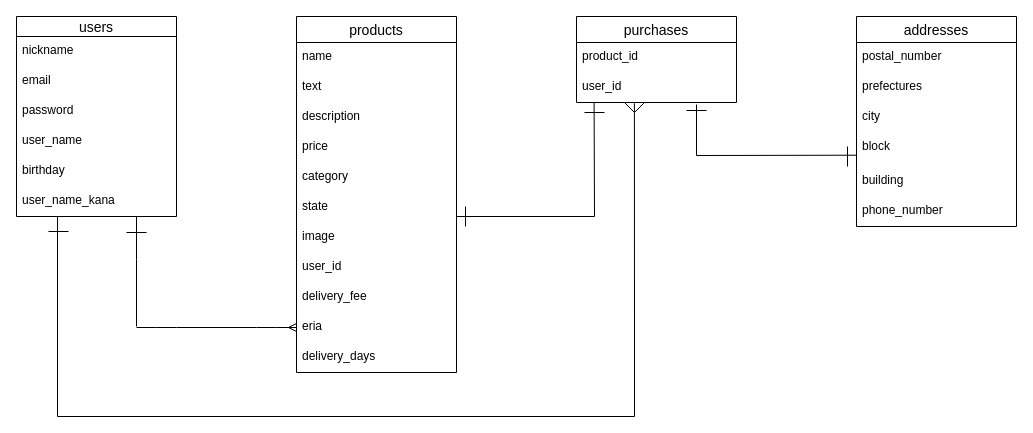
Earlier version of the draw.io diagram furima.dio (manyomanyo/furima-35158). Source tidied: cells renumbered, new cells numbered last; positions are measured from the earlier drawing's top-left corner, leaving out a move shared by most shapes. Both pictures are drawn from the tidied source at 100%, with x=0, y=0 at pixel (16, 16).
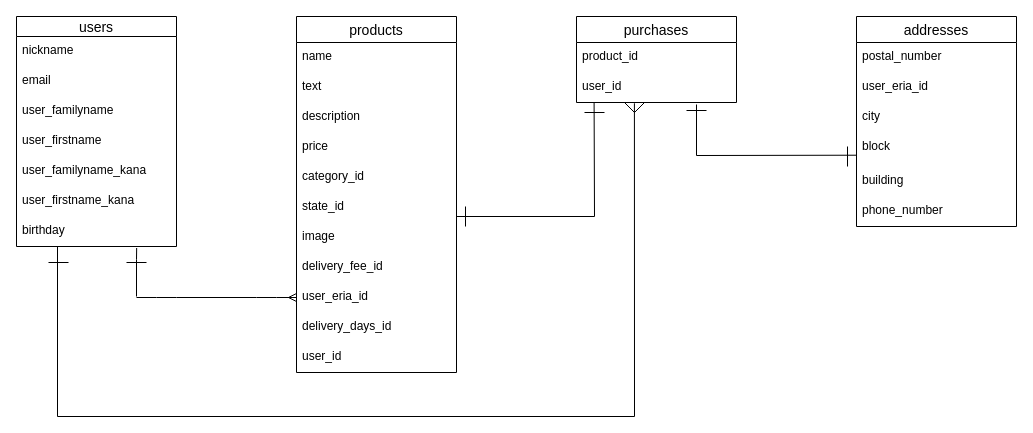
Above is the later version.

Commit message (it also covers changes not shown here):
コードレビュー修正1

The change refers to these unchanged cells:
```xml
<mxCell id="9" value="products" style="swimlane;fontStyle=0;horizontal=1;startSize=26;align=center;fontSize=14;" parent="1" vertex="1">
  <mxGeometry x="280" width="160" height="356" as="geometry" />
</mxCell>
<mxCell id="23" value="user_id" style="text;strokeColor=none;fillColor=none;spacingLeft=4;spacingRight=4;overflow=hidden;points=[[0,0.5],[1,0.5]];portConstraint=eastwest;fontSize=12;" parent="21" vertex="1">
  <mxGeometry y="56" width="160" height="30" as="geometry" />
</mxCell>
<mxCell id="24" value="addresses" style="swimlane;fontStyle=0;horizontal=1;startSize=26;align=center;fontSize=14;" parent="1" vertex="1">
  <mxGeometry x="840" width="160" height="210" as="geometry" />
</mxCell>
```

Diff of the diagram source:
```diff
@@
     <mxCell id="2" value="users" style="swimlane;fontStyle=0;horizontal=1;startSize=20;align=center;fontSize=14;" parent="1" vertex="1">
-      <mxGeometry width="160" height="200" as="geometry" />
+      <mxGeometry width="160" height="230" as="geometry" />
     </mxCell>
@@
-    <mxCell id="5" value="password" style="text;strokeColor=none;fillColor=none;spacingLeft=4;spacingRight=4;overflow=hidden;fontSize=12;" parent="2" vertex="1">
-      <mxGeometry y="80" width="160" height="30" as="geometry" />
-    </mxCell>
-    <mxCell id="6" value="user_name" style="text;strokeColor=none;fillColor=none;spacingLeft=4;spacingRight=4;overflow=hidden;fontSize=12;" parent="2" vertex="1">
-      <mxGeometry y="110" width="160" height="30" as="geometry" />
+    <mxCell id="6" value="user_familyname" style="text;strokeColor=none;fillColor=none;spacingLeft=4;spacingRight=4;overflow=hidden;fontSize=12;" parent="2" vertex="1">
+      <mxGeometry y="80" width="160" height="30" as="geometry" />
     </mxCell>
+    <mxCell id="44" value="user_firstname" style="text;strokeColor=none;fillColor=none;spacingLeft=4;spacingRight=4;overflow=hidden;fontSize=12;" parent="2" vertex="1">
+      <mxGeometry y="110" width="160" height="30" as="geometry" />
+    </mxCell>
+    <mxCell id="8" value="user_familyname_kana" style="text;strokeColor=none;fillColor=none;spacingLeft=4;spacingRight=4;overflow=hidden;fontSize=12;" parent="2" vertex="1">
+      <mxGeometry y="140" width="160" height="30" as="geometry" />
+    </mxCell>
+    <mxCell id="45" value="user_firstname_kana" style="text;strokeColor=none;fillColor=none;spacingLeft=4;spacingRight=4;overflow=hidden;fontSize=12;" parent="2" vertex="1">
+      <mxGeometry y="170" width="160" height="30" as="geometry" />
+    </mxCell>
     <mxCell id="7" value="birthday" style="text;strokeColor=none;fillColor=none;spacingLeft=4;spacingRight=4;overflow=hidden;points=[[0,0.5],[1,0.5]];portConstraint=eastwest;fontSize=12;" parent="2" vertex="1">
-      <mxGeometry y="140" width="160" height="30" as="geometry" />
+      <mxGeometry y="200" width="160" height="30" as="geometry" />
     </mxCell>
-    <mxCell id="8" value="user_name_kana" style="text;strokeColor=none;fillColor=none;spacingLeft=4;spacingRight=4;overflow=hidden;fontSize=12;" parent="2" vertex="1">
-      <mxGeometry y="170" width="160" height="30" as="geometry" />
-    </mxCell>
@@
-    <mxCell id="14" value="category" style="text;strokeColor=none;fillColor=none;spacingLeft=4;spacingRight=4;overflow=hidden;fontSize=12;" parent="9" vertex="1">
+    <mxCell id="14" value="category_id" style="text;strokeColor=none;fillColor=none;spacingLeft=4;spacingRight=4;overflow=hidden;fontSize=12;" parent="9" vertex="1">
       <mxGeometry y="146" width="160" height="30" as="geometry" />
     </mxCell>
-    <mxCell id="15" value="state" style="text;strokeColor=none;fillColor=none;spacingLeft=4;spacingRight=4;overflow=hidden;fontSize=12;" parent="9" vertex="1">
+    <mxCell id="15" value="state_id" style="text;strokeColor=none;fillColor=none;spacingLeft=4;spacingRight=4;overflow=hidden;fontSize=12;" parent="9" vertex="1">
       <mxGeometry y="176" width="160" height="30" as="geometry" />
     </mxCell>
@@
-    <mxCell id="17" value="user_id" style="text;strokeColor=none;fillColor=none;spacingLeft=4;spacingRight=4;overflow=hidden;fontSize=12;" parent="9" vertex="1">
-      <mxGeometry y="236" width="160" height="30" as="geometry" />
-    </mxCell>
-    <mxCell id="18" value="delivery_fee" style="text;strokeColor=none;fillColor=none;spacingLeft=4;spacingRight=4;overflow=hidden;fontSize=12;" parent="9" vertex="1">
-      <mxGeometry y="266" width="160" height="30" as="geometry" />
+    <mxCell id="18" value="delivery_fee_id" style="text;strokeColor=none;fillColor=none;spacingLeft=4;spacingRight=4;overflow=hidden;fontSize=12;" parent="9" vertex="1">
+      <mxGeometry y="236" width="160" height="30" as="geometry" />
     </mxCell>
-    <mxCell id="19" value="eria" style="text;strokeColor=none;fillColor=none;spacingLeft=4;spacingRight=4;overflow=hidden;points=[[0,0.5],[1,0.5]];portConstraint=eastwest;fontSize=12;" parent="9" vertex="1">
-      <mxGeometry y="296" width="160" height="30" as="geometry" />
+    <mxCell id="19" value="user_eria_id" style="text;strokeColor=none;fillColor=none;spacingLeft=4;spacingRight=4;overflow=hidden;points=[[0,0.5],[1,0.5]];portConstraint=eastwest;fontSize=12;" parent="9" vertex="1">
+      <mxGeometry y="266" width="160" height="30" as="geometry" />
     </mxCell>
-    <mxCell id="20" value="delivery_days" style="text;strokeColor=none;fillColor=none;spacingLeft=4;spacingRight=4;overflow=hidden;fontSize=12;" parent="9" vertex="1">
-      <mxGeometry y="326" width="160" height="30" as="geometry" />
+    <mxCell id="20" value="delivery_days_id" style="text;strokeColor=none;fillColor=none;spacingLeft=4;spacingRight=4;overflow=hidden;fontSize=12;" parent="9" vertex="1">
+      <mxGeometry y="296" width="160" height="30" as="geometry" />
     </mxCell>
+    <mxCell id="17" value="user_id" style="text;strokeColor=none;fillColor=none;spacingLeft=4;spacingRight=4;overflow=hidden;fontSize=12;" parent="9" vertex="1">
+      <mxGeometry y="326" width="160" height="30" as="geometry" />
+    </mxCell>
@@
-    <mxCell id="26" value="prefectures" style="text;strokeColor=none;fillColor=none;spacingLeft=4;spacingRight=4;overflow=hidden;fontSize=12;" parent="24" vertex="1">
+    <mxCell id="26" value="user_eria_id" style="text;strokeColor=none;fillColor=none;spacingLeft=4;spacingRight=4;overflow=hidden;fontSize=12;" parent="24" vertex="1">
       <mxGeometry y="56" width="160" height="30" as="geometry" />
     </mxCell>
@@
     <mxCell id="31" style="edgeStyle=entityRelationEdgeStyle;fontSize=12;html=1;endArrow=ERmany;entryX=0;entryY=0.5;entryDx=0;entryDy=0;" parent="1" edge="1" target="19">
       <mxGeometry relative="1" as="geometry">
-        <mxPoint x="120" y="311" as="sourcePoint" />
+        <mxPoint x="120" y="281" as="sourcePoint" />
       </mxGeometry>
     </mxCell>
-    <mxCell id="32" style="endArrow=none;html=1;rounded=0;" parent="1" edge="1">
+    <mxCell id="32" style="endArrow=none;html=1;rounded=0;exitX=0.751;exitY=1.05;exitDx=0;exitDy=0;exitPerimeter=0;" parent="1" edge="1" source="7">
       <mxGeometry relative="1" as="geometry">
-        <mxPoint x="120" y="200" as="sourcePoint" />
-        <mxPoint x="120" y="310" as="targetPoint" />
+        <mxPoint x="120" y="280" as="targetPoint" />
         <Array as="points">
           <mxPoint x="120" y="243" />
         </Array>
       </mxGeometry>
     </mxCell>
     <mxCell id="33" style="endArrow=none;html=1;rounded=0;" parent="1" edge="1">
       <mxGeometry relative="1" as="geometry">
-        <mxPoint x="110" y="216" as="sourcePoint" />
-        <mxPoint x="130" y="216" as="targetPoint" />
+        <mxPoint x="110" y="246" as="sourcePoint" />
+        <mxPoint x="130" y="246" as="targetPoint" />
       </mxGeometry>
     </mxCell>
@@
     <mxCell id="40" style="endArrow=none;html=1;rounded=0;entryX=0.362;entryY=1.026;entryDx=0;entryDy=0;entryPerimeter=0;" parent="1" edge="1" target="23">
       <mxGeometry relative="1" as="geometry">
-        <mxPoint x="41" y="200" as="sourcePoint" />
+        <mxPoint x="41" y="230" as="sourcePoint" />
         <Array as="points">
           <mxPoint x="41" y="400" />
           <mxPoint x="618" y="400" />
         </Array>
       </mxGeometry>
     </mxCell>
     <mxCell id="41" style="endArrow=none;html=1;rounded=0;" parent="1" edge="1">
       <mxGeometry relative="1" as="geometry">
-        <mxPoint x="32" y="215" as="sourcePoint" />
-        <mxPoint x="52" y="215" as="targetPoint" />
+        <mxPoint x="32" y="246" as="sourcePoint" />
+        <mxPoint x="52" y="246" as="targetPoint" />
       </mxGeometry>
     </mxCell>
```
